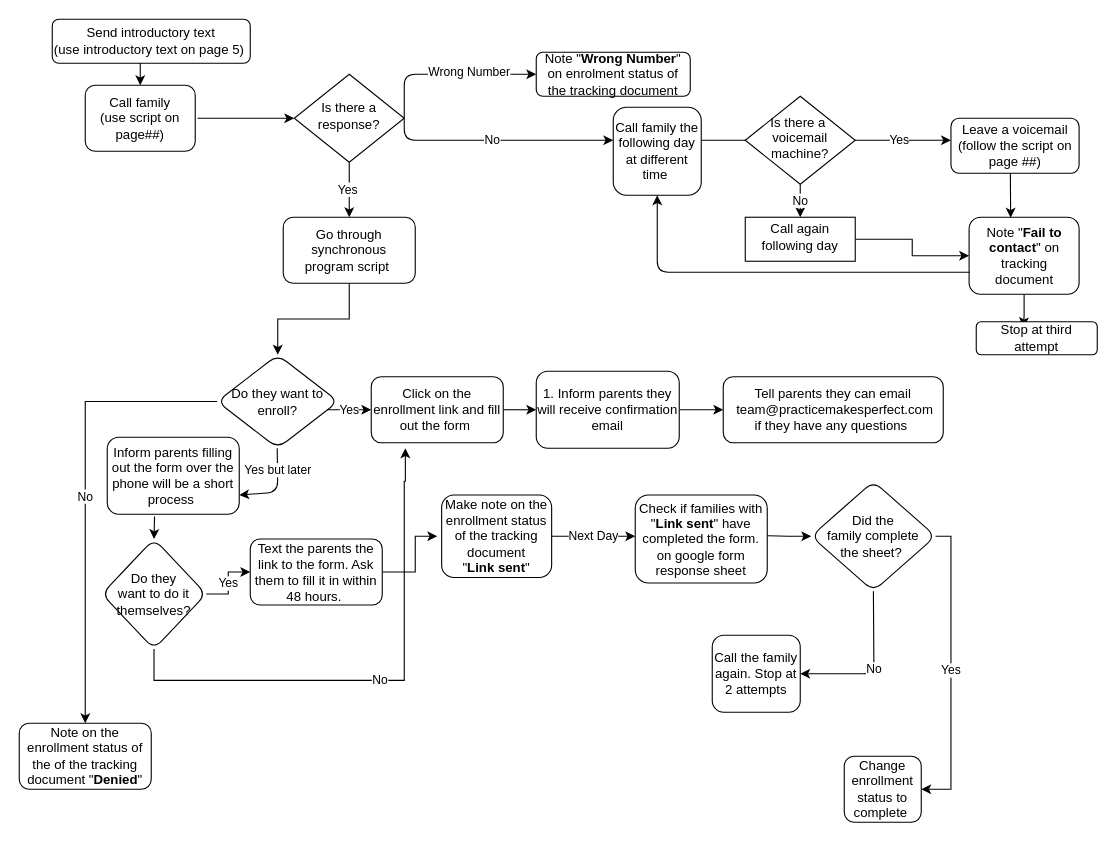
Above: Outreach Caller Diagram.drawio in MatzKing/share-course (draw.io), before the change. Source tidied: cells renumbered, new cells numbered last; positions are measured from the earlier drawing's top-left corner, leaving out a move shared by most shapes. Both pictures are drawn from the tidied source at 110%, with x=0, y=0 at pixel (19, 19).
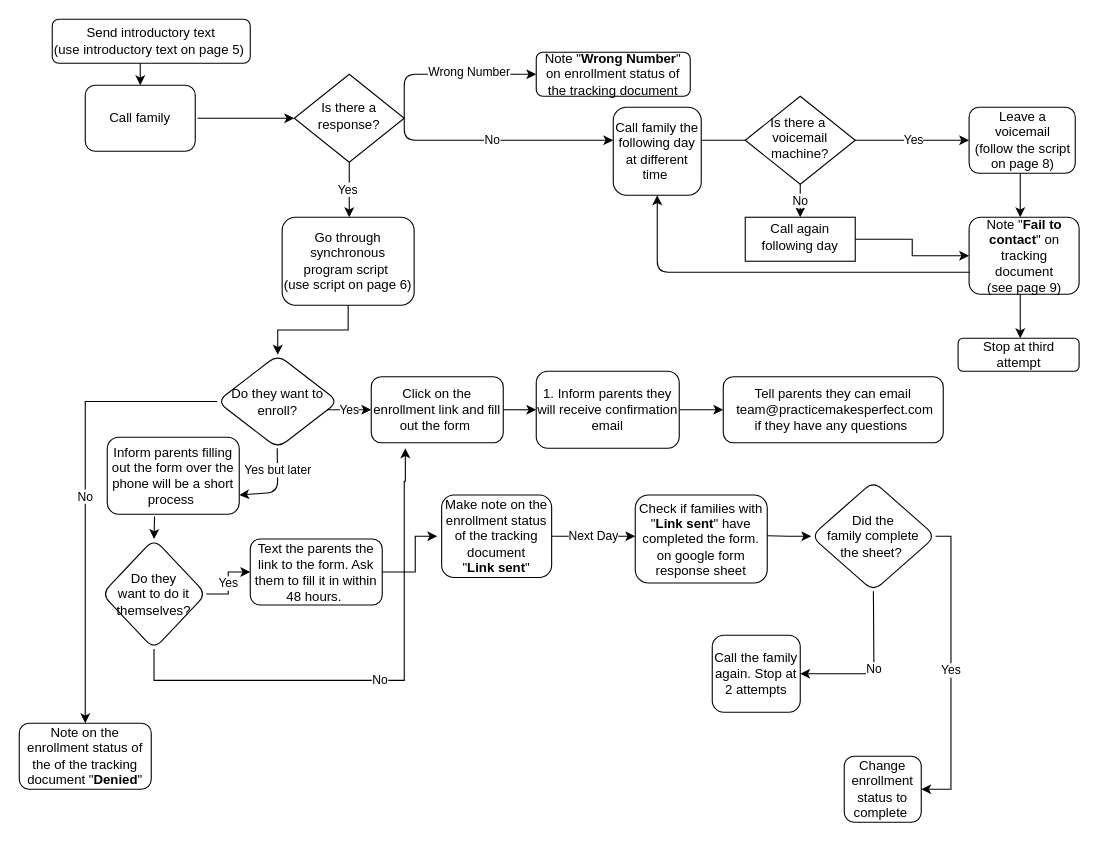
After the change.

Change to the diagram source:
```diff
@@
-    <mxCell id="2" value="Call family&lt;br&gt;(use script on page##)" style="rounded=1;whiteSpace=wrap;html=1;fontSize=12;glass=0;strokeWidth=1;shadow=0;" parent="1" vertex="1">
+    <mxCell id="2" value="Call family&lt;br&gt;" style="rounded=1;whiteSpace=wrap;html=1;fontSize=12;glass=0;strokeWidth=1;shadow=0;" parent="1" vertex="1">
       <mxGeometry x="60" y="60" width="100" height="60" as="geometry" />
     </mxCell>
@@
-    <mxCell id="5" value="Note &quot;&lt;b&gt;Wrong Number&lt;/b&gt;&quot; on enrolment status of the tracking document" style="rounded=1;whiteSpace=wrap;html=1;" parent="1" vertex="1">
+    <mxCell id="5" value="Note &quot;&lt;b&gt;Wrong Number&lt;/b&gt;&quot; on enrollment status of the tracking document" style="rounded=1;whiteSpace=wrap;html=1;" parent="1" vertex="1">
       <mxGeometry x="470" y="30" width="140" height="40" as="geometry" />
     </mxCell>
@@
-    <mxCell id="10" value="Leave a voicemail&lt;br&gt;(follow the script on page ##)" style="rounded=1;whiteSpace=wrap;html=1;align=center;" parent="1" vertex="1">
-      <mxGeometry x="847" y="90" width="116.5" height="50" as="geometry" />
+    <mxCell id="10" value="Leave a voicemail&lt;br&gt;(follow the script on page 8)" style="rounded=1;whiteSpace=wrap;html=1;align=center;" parent="1" vertex="1">
+      <mxGeometry x="863.5" y="80" width="96.5" height="60" as="geometry" />
     </mxCell>
-    <mxCell id="11" style="edgeStyle=orthogonalEdgeStyle;rounded=0;jettySize=auto;html=1;entryX=0.388;entryY=0.167;entryDx=0;entryDy=0;entryPerimeter=0;" parent="1" edge="1" source="12" target="39">
-      <mxGeometry relative="1" as="geometry" />
-    </mxCell>
-    <mxCell id="12" value="&lt;span&gt;Note &quot;&lt;/span&gt;&lt;b&gt;Fail to contact&lt;/b&gt;&lt;span&gt;&quot; on tracking document&lt;/span&gt;" style="rounded=1;whiteSpace=wrap;html=1;" parent="1" vertex="1">
+    <mxCell id="12" value="&lt;span&gt;Note &quot;&lt;/span&gt;&lt;b&gt;Fail to contact&lt;/b&gt;&lt;span&gt;&quot; on tracking document&lt;br&gt;(see page 9)&lt;br&gt;&lt;/span&gt;" style="rounded=1;whiteSpace=wrap;html=1;" parent="1" vertex="1">
       <mxGeometry x="863.5" y="180" width="100" height="70" as="geometry" />
     </mxCell>
@@
-    <mxCell id="14" value="Go through synchronous&lt;br&gt;program script&amp;nbsp;" style="rounded=1;whiteSpace=wrap;html=1;" parent="1" vertex="1">
-      <mxGeometry x="240" y="180" width="120" height="60" as="geometry" />
+    <mxCell id="14" value="Go through synchronous&lt;br&gt;program script&amp;nbsp;&lt;br&gt;(use script on page 6)" style="rounded=1;whiteSpace=wrap;html=1;" parent="1" vertex="1">
+      <mxGeometry x="239" y="180" width="120" height="80" as="geometry" />
     </mxCell>
@@
-    <mxCell id="39" value="Stop at third attempt" style="rounded=1;whiteSpace=wrap;html=1;" parent="1" vertex="1">
-      <mxGeometry x="870" y="275" width="110" height="30" as="geometry" />
+    <mxCell id="39" value="Stop at third attempt" style="rounded=1;whiteSpace=wrap;html=1;align=center;" parent="1" vertex="1">
+      <mxGeometry x="853.5" y="290" width="110" height="30" as="geometry" />
     </mxCell>
@@
-    <mxCell id="52" style="endArrow=classic;html=1;entryX=0.378;entryY=0.005;entryDx=0;entryDy=0;entryPerimeter=0;" parent="1" edge="1" target="12">
-      <mxGeometry relative="1" as="geometry">
-        <mxPoint x="901" y="140" as="sourcePoint" />
-      </mxGeometry>
-    </mxCell>
+    <mxCell id="53" style="endArrow=classic;html=1;" parent="1" edge="1">
+      <mxGeometry relative="1" as="geometry">
+        <mxPoint x="910" y="250" as="sourcePoint" />
+        <mxPoint x="910" y="290" as="targetPoint" />
+      </mxGeometry>
+    </mxCell>
+    <mxCell id="54" style="endArrow=classic;html=1;entryX=0.465;entryY=0;entryDx=0;entryDy=0;entryPerimeter=0;" parent="1" edge="1" target="12">
+      <mxGeometry relative="1" as="geometry">
+        <mxPoint x="910" y="140" as="sourcePoint" />
+      </mxGeometry>
+    </mxCell>
```
